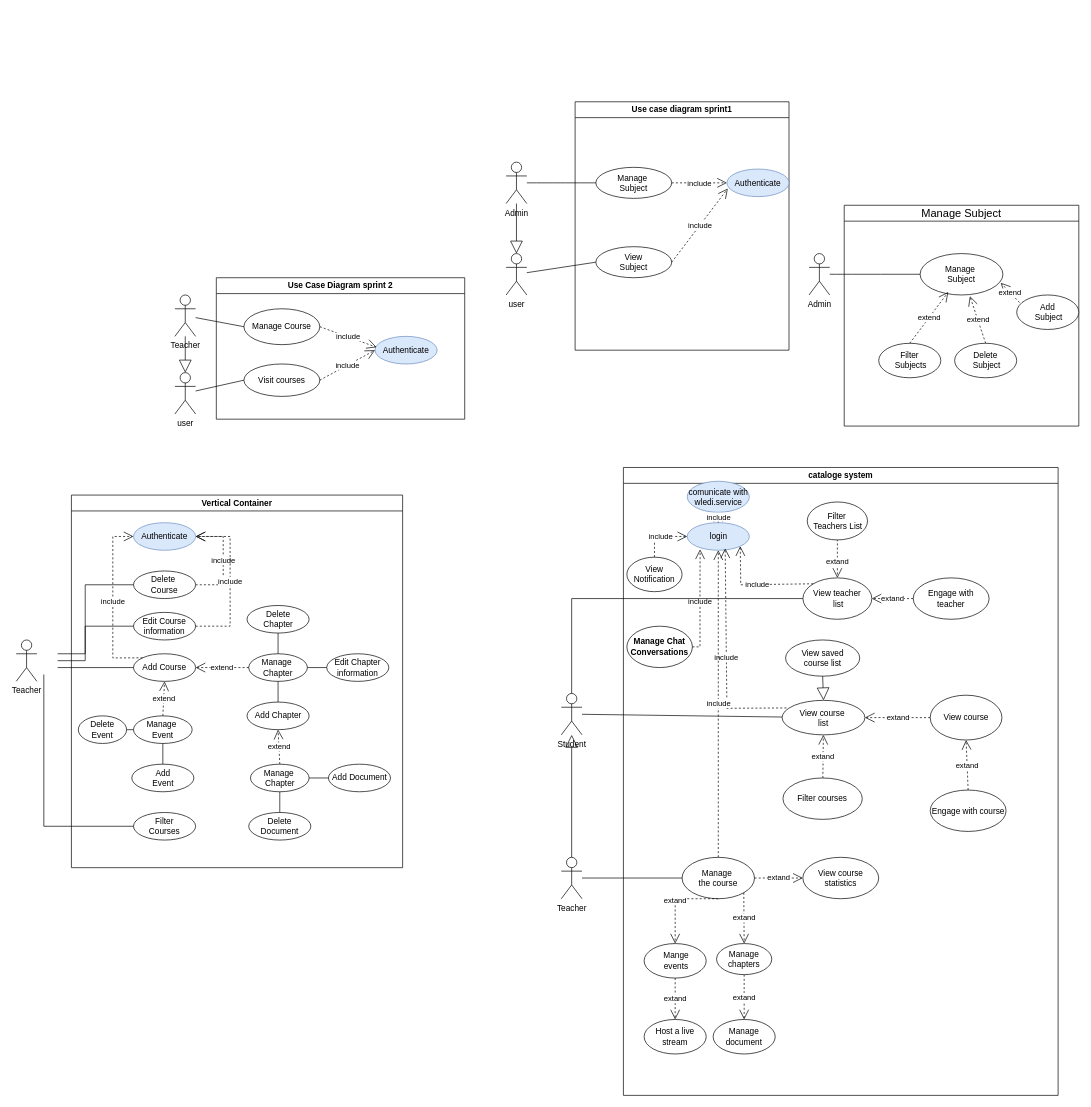
Before: use_case_catalog.drawio in faresUnderScore999/test1.0, a draw.io diagram. Source tidied: cells renumbered, new cells numbered last; positions are measured from the earlier drawing's top-left corner, leaving out a move shared by most shapes. Both pictures are drawn from the tidied source at 69%, with x=0, y=0 at pixel (16, 101).
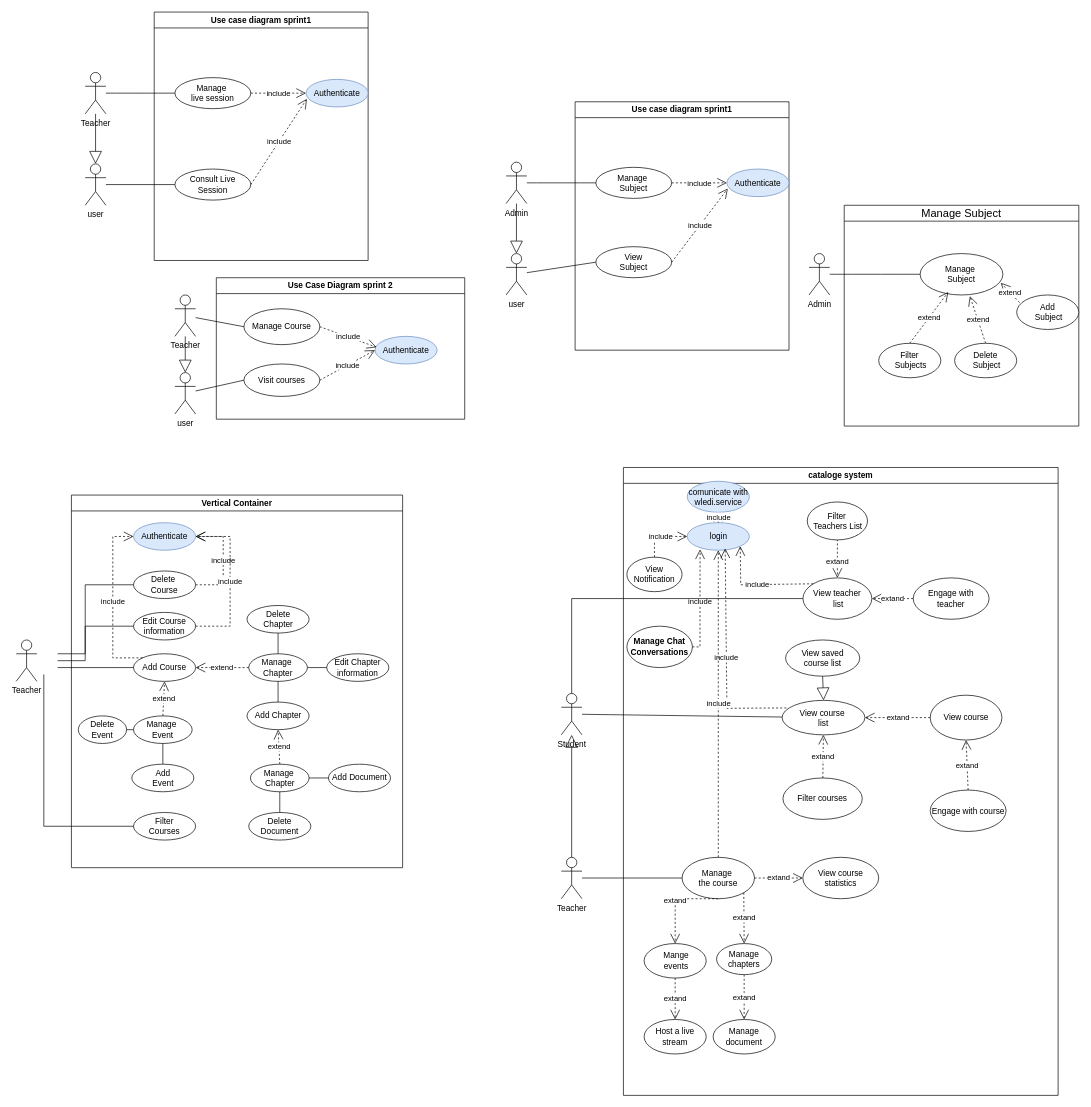
After the change.

Commit message:
Mettre à jour use_case_catalog.drawio

What changed in the source:
```diff
@@
+    <mxCell id="111" value="Use case diagram sprint1" style="swimlane;whiteSpace=wrap;html=1;" parent="1" vertex="1">
+      <mxGeometry x="200" y="-130" width="310" height="360" as="geometry" />
+    </mxCell>
+    <mxCell id="112" value="Manage&amp;nbsp;&lt;div&gt;live session&lt;/div&gt;" style="ellipse;whiteSpace=wrap;html=1;" parent="111" vertex="1">
+      <mxGeometry x="30" y="95" width="110" height="45" as="geometry" />
+    </mxCell>
+    <mxCell id="113" value="include" style="endArrow=open;endSize=12;dashed=1;html=1;rounded=0;exitX=1;exitY=0.5;exitDx=0;exitDy=0;" parent="111" edge="1" source="112" target="114">
+      <mxGeometry relative="1" as="geometry" />
+    </mxCell>
+    <mxCell id="114" value="Authenticate" style="ellipse;whiteSpace=wrap;html=1;fillColor=#dae8fc;strokeColor=#6c8ebf;" parent="111" vertex="1">
+      <mxGeometry x="220" y="97.5" width="90" height="40" as="geometry" />
+    </mxCell>
+    <mxCell id="115" value="&lt;div&gt;Consult Live Session&lt;/div&gt;" style="ellipse;whiteSpace=wrap;html=1;" parent="111" vertex="1">
+      <mxGeometry x="30" y="227.5" width="110" height="45" as="geometry" />
+    </mxCell>
+    <mxCell id="116" value="include" style="endArrow=open;endSize=12;dashed=1;html=1;rounded=0;exitX=1;exitY=0.5;exitDx=0;exitDy=0;entryX=0.014;entryY=0.707;entryDx=0;entryDy=0;entryPerimeter=0;" parent="111" edge="1" source="115" target="114">
+      <mxGeometry relative="1" as="geometry" />
+    </mxCell>
+    <mxCell id="117" value="user" style="shape=umlActor;verticalLabelPosition=bottom;verticalAlign=top;html=1;outlineConnect=0;" parent="1" vertex="1">
+      <mxGeometry x="100" y="90" width="30" height="60" as="geometry" />
+    </mxCell>
+    <mxCell id="118" value="Teacher" style="shape=umlActor;verticalLabelPosition=bottom;verticalAlign=top;html=1;" parent="1" vertex="1">
+      <mxGeometry x="100" y="-42.5" width="30" height="60" as="geometry" />
+    </mxCell>
+    <mxCell id="119" style="endArrow=none;html=1;rounded=0;fontSize=12;startSize=8;endSize=8;curved=1;entryX=0;entryY=0.5;entryDx=0;entryDy=0;" parent="1" edge="1" source="118" target="112">
+      <mxGeometry relative="1" as="geometry" />
+    </mxCell>
+    <mxCell id="120" style="endArrow=none;html=1;rounded=0;entryX=0;entryY=0.5;entryDx=0;entryDy=0;" parent="1" edge="1" source="117" target="115">
+      <mxGeometry relative="1" as="geometry" />
+    </mxCell>
+    <mxCell id="121" style="endArrow=block;endSize=16;endFill=0;html=1;rounded=0;entryX=0.5;entryY=0;entryDx=0;entryDy=0;entryPerimeter=0;" parent="1" edge="1" source="118" target="117">
+      <mxGeometry relative="1" as="geometry" />
+    </mxCell>
```
